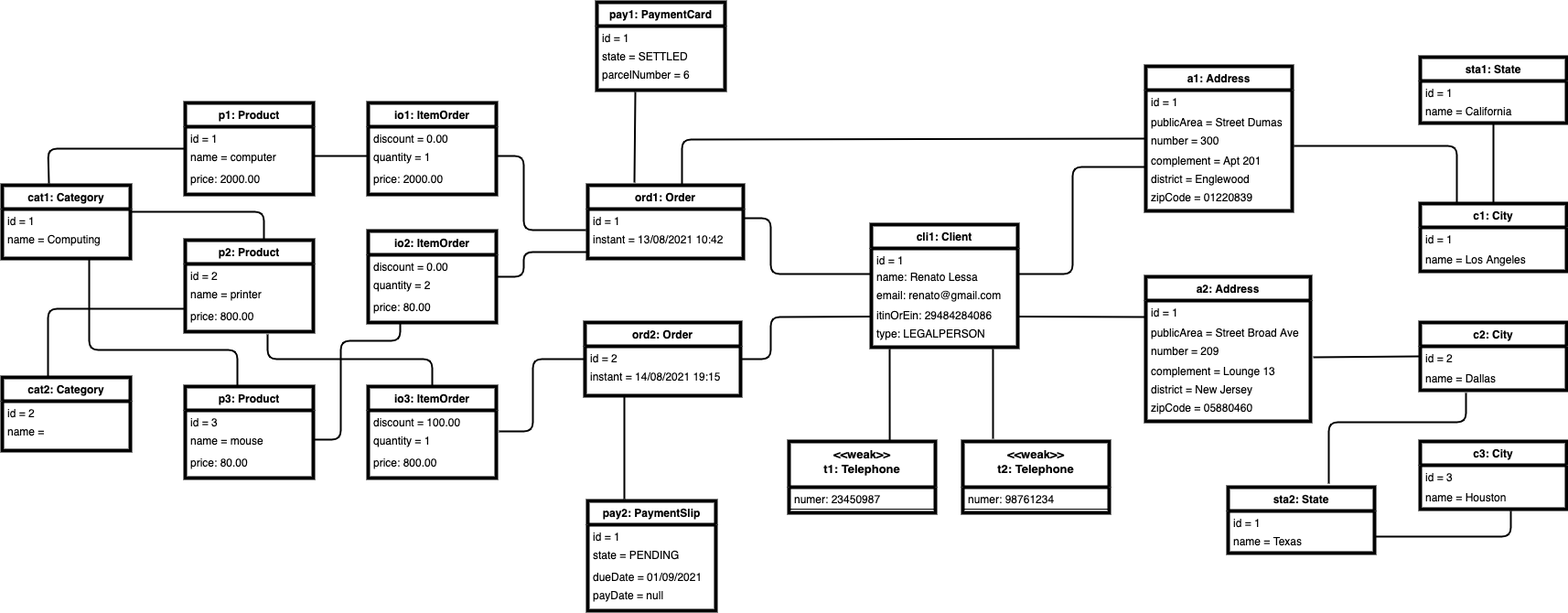
Before: model-instance-score/model-instance.png, a diagram exported from draw.io (Relesi/class-diagram). Source tidied: cells renumbered, new cells last; positions are measured from the earlier drawing's top-left corner, leaving out a move shared by most shapes.
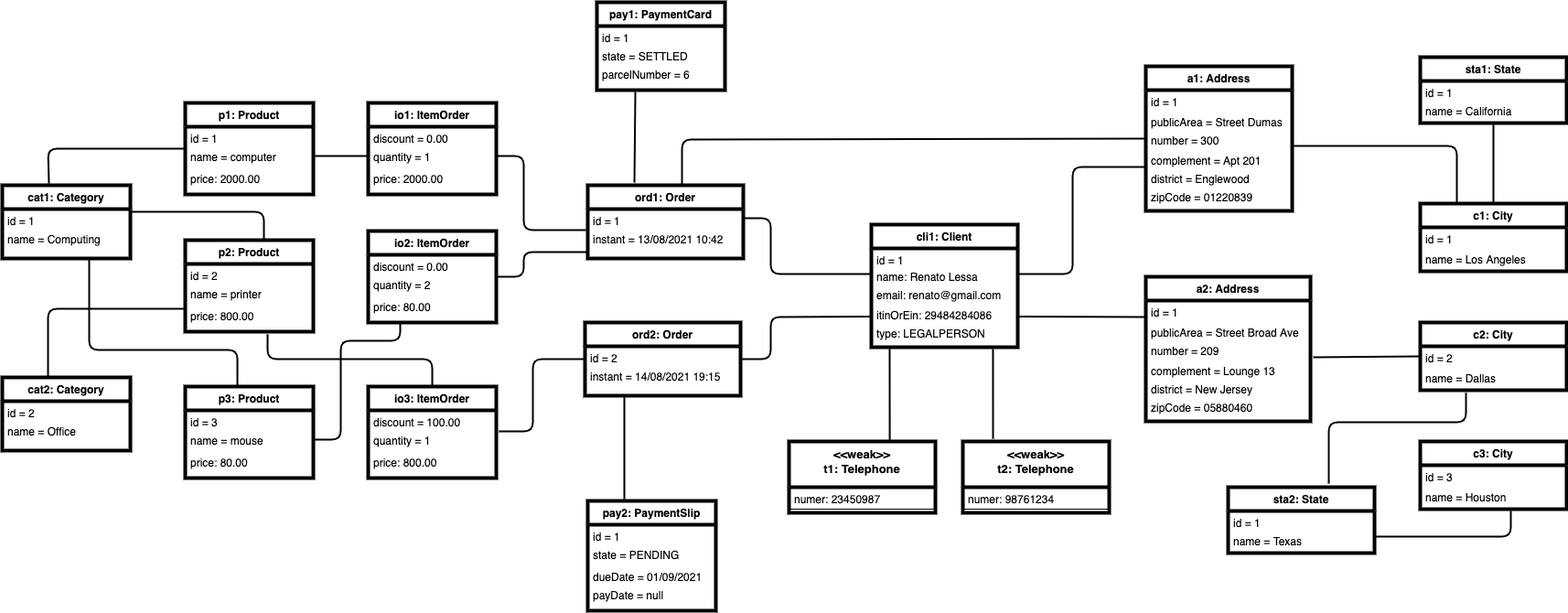
Above is the later version.

Commit message:
imple isntance OFFICE

Diff of the diagram source:
```diff
@@ -53,7 +53,7 @@
     <mxCell id="18" value="id = 2" style="text;align=left;verticalAlign=top;spacingLeft=4;spacingRight=4;overflow=hidden;rounded=0;shadow=0;sketch=0;" parent="17" vertex="1">
       <mxGeometry y="26" width="140" height="20" as="geometry" />
     </mxCell>
-    <mxCell id="19" value="name = " style="text;align=left;verticalAlign=top;spacingLeft=4;spacingRight=4;overflow=hidden;rounded=0;shadow=0;sketch=0;" parent="17" vertex="1">
+    <mxCell id="19" value="name = Office" style="text;align=left;verticalAlign=top;spacingLeft=4;spacingRight=4;overflow=hidden;rounded=0;shadow=0;sketch=0;" parent="17" vertex="1">
       <mxGeometry y="46" width="140" height="34" as="geometry" />
     </mxCell>
     <mxCell id="20" value="io1: ItemOrder" style="swimlane;fontStyle=1;horizontal=1;startSize=26;strokeWidth=4;rounded=0;shadow=0;sketch=0;glass=0;swimlaneLine=1;swimlaneFillColor=#ffffff;" parent="1" vertex="1">
```
